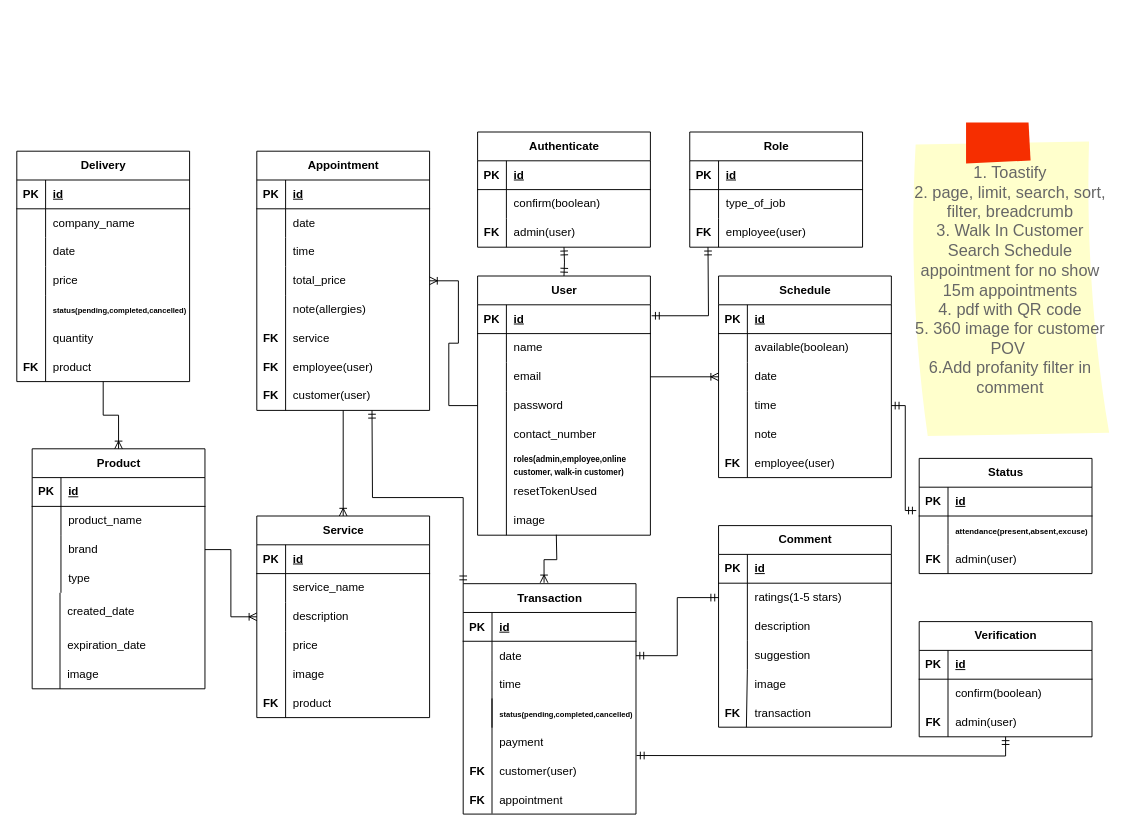
Earlier version of the draw.io diagram erd/Salon-Erd.drawio (GabTheGreat25/Salon-Api). Source tidied: cells renumbered, new cells numbered last; positions are measured from the earlier drawing's top-left corner, leaving out a move shared by most shapes. Both pictures are drawn from the tidied source at 96%, with x=0, y=0 at pixel (16, 122).
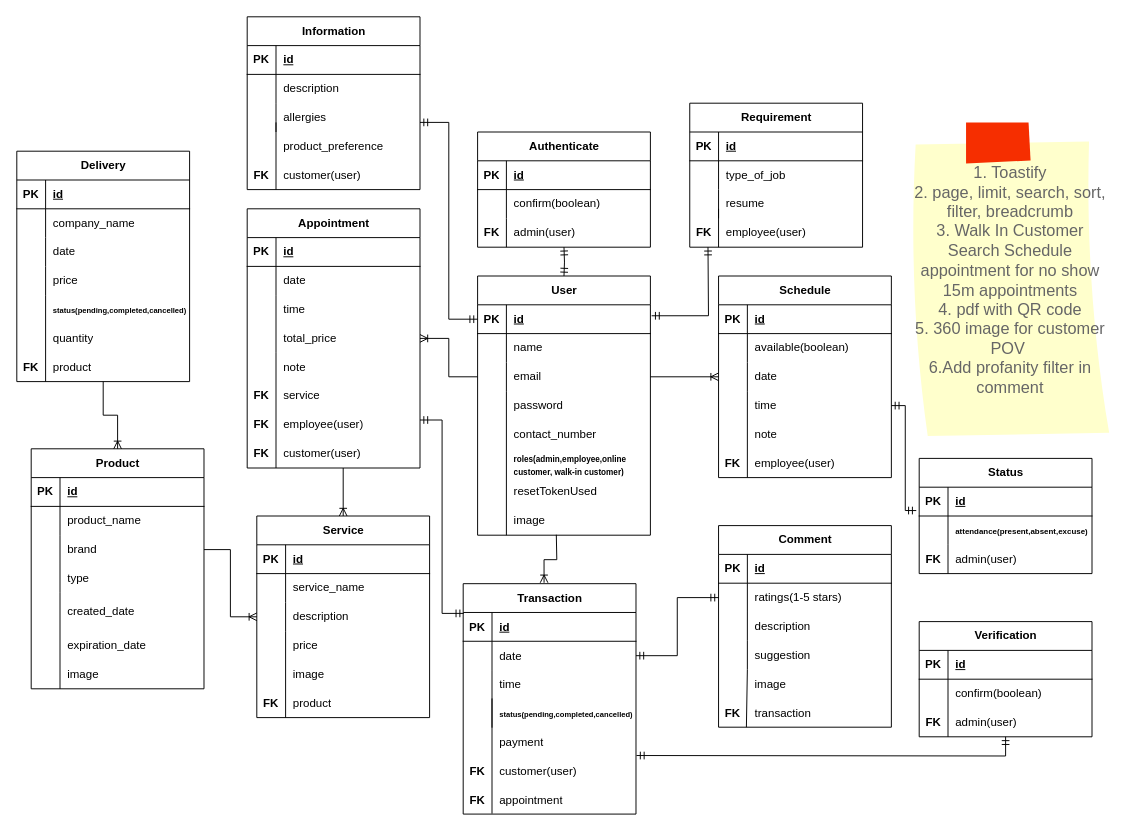
The same diagram, later.

Unchanged cells that the change refers to:
```xml
<mxCell id="3" style="shape=tableRow;horizontal=0;startSize=0;swimlaneHead=0;swimlaneBody=0;fillColor=none;points=[[0,0.5],[1,0.5]];portConstraint=eastwest;top=0;left=0;right=0;bottom=1;" parent="2" vertex="1">
  <mxGeometry y="30" width="180" height="30" as="geometry" />
</mxCell>
<mxCell id="9" style="shape=tableRow;horizontal=0;startSize=0;swimlaneHead=0;swimlaneBody=0;fillColor=none;points=[[0,0.5],[1,0.5]];portConstraint=eastwest;top=0;left=0;right=0;bottom=0;" parent="2" vertex="1">
  <mxGeometry y="90" width="180" height="30" as="geometry" />
</mxCell>
<mxCell id="12" style="shape=tableRow;horizontal=0;startSize=0;swimlaneHead=0;swimlaneBody=0;fillColor=none;points=[[0,0.5],[1,0.5]];portConstraint=eastwest;top=0;left=0;right=0;bottom=0;" parent="2" vertex="1">
  <mxGeometry y="120" width="180" height="30" as="geometry" />
</mxCell>
<mxCell id="28" style="shape=tableRow;horizontal=0;startSize=0;swimlaneHead=0;swimlaneBody=0;fillColor=none;points=[[0,0.5],[1,0.5]];portConstraint=eastwest;top=0;left=0;right=0;bottom=0;" parent="18" vertex="1">
  <mxGeometry y="120" width="180" height="30" as="geometry" />
</mxCell>
<mxCell id="70" value="Service" style="shape=table;startSize=30;childLayout=tableLayout;rowLines=0;fontStyle=1;align=center;html=1;" parent="1" vertex="1">
  <mxGeometry x="250" y="410" width="180" height="210" as="geometry" />
</mxCell>
<mxCell id="85" value="Transaction" style="shape=table;startSize=30;childLayout=tableLayout;rowLines=0;fontStyle=1;align=center;html=1;" parent="1" vertex="1">
  <mxGeometry x="465" y="480.5" width="180" height="240" as="geometry" />
</mxCell>
```

What changed in the source:
```diff
@@
     <mxCell id="18" value="Appointment" style="shape=table;startSize=30;childLayout=tableLayout;rowLines=0;fontStyle=1;align=center;html=1;" parent="1" vertex="1">
-      <mxGeometry x="250" y="30" width="180" height="270" as="geometry" />
+      <mxGeometry x="240" y="90" width="180" height="270" as="geometry" />
     </mxCell>
@@
     <mxCell id="31" style="endArrow=none;html=1;rounded=0;" parent="1" edge="1">
       <mxGeometry relative="1" as="geometry">
-        <mxPoint x="280" y="180" as="sourcePoint" />
-        <mxPoint x="280" y="300" as="targetPoint" />
+        <mxPoint x="270" y="240" as="sourcePoint" />
+        <mxPoint x="270" y="360" as="targetPoint" />
       </mxGeometry>
     </mxCell>
     <mxCell id="32" value="service" style="shape=partialRectangle;fillColor=none;top=0;left=0;bottom=0;right=0;align=left;spacingLeft=6;overflow=hidden;whiteSpace=wrap;html=1;" parent="1" vertex="1">
-      <mxGeometry x="280" y="210" width="150" height="30" as="geometry" />
+      <mxGeometry x="270" y="270" width="150" height="30" as="geometry" />
     </mxCell>
     <mxCell id="33" value="FK" style="shape=partialRectangle;fillColor=none;top=0;left=0;bottom=0;right=0;fontStyle=1;overflow=hidden;whiteSpace=wrap;html=1;" parent="1" vertex="1">
-      <mxGeometry x="250" y="210" width="30" height="30" as="geometry" />
+      <mxGeometry x="240" y="270" width="30" height="30" as="geometry" />
     </mxCell>
     <mxCell id="34" value="FK" style="shape=partialRectangle;fillColor=none;top=0;left=0;bottom=0;right=0;fontStyle=1;overflow=hidden;whiteSpace=wrap;html=1;" parent="1" vertex="1">
-      <mxGeometry x="250" y="240" width="30" height="30" as="geometry" />
+      <mxGeometry x="240" y="300" width="30" height="30" as="geometry" />
     </mxCell>
     <mxCell id="35" value="employee(user)" style="shape=partialRectangle;fillColor=none;top=0;left=0;bottom=0;right=0;align=left;spacingLeft=6;overflow=hidden;whiteSpace=wrap;html=1;" parent="1" vertex="1">
-      <mxGeometry x="280" y="240" width="150" height="30" as="geometry" />
+      <mxGeometry x="270" y="300" width="150" height="30" as="geometry" />
     </mxCell>
@@
-    <mxCell id="52" value="note(allergies)&amp;nbsp;" style="shape=partialRectangle;fillColor=none;top=0;left=0;bottom=0;right=0;align=left;spacingLeft=6;overflow=hidden;whiteSpace=wrap;html=1;" parent="1" vertex="1">
-      <mxGeometry x="280" y="180" width="150" height="30" as="geometry" />
+    <mxCell id="52" value="note" style="shape=partialRectangle;fillColor=none;top=0;left=0;bottom=0;right=0;align=left;spacingLeft=6;overflow=hidden;whiteSpace=wrap;html=1;" parent="1" vertex="1">
+      <mxGeometry x="270" y="240" width="150" height="30" as="geometry" />
     </mxCell>
@@
-    <mxCell id="104" style="edgeStyle=entityRelationEdgeStyle;fontSize=12;html=1;endArrow=ERoneToMany;rounded=0;entryX=1;entryY=0.5;entryDx=0;entryDy=0;exitX=0;exitY=0.5;exitDx=0;exitDy=0;" parent="1" edge="1" source="12" target="28">
+    <mxCell id="104" style="edgeStyle=entityRelationEdgeStyle;fontSize=12;html=1;endArrow=ERoneToMany;rounded=0;entryX=1;entryY=0.5;entryDx=0;entryDy=0;" parent="1" edge="1" source="9" target="28">
       <mxGeometry relative="1" as="geometry" />
     </mxCell>
     <mxCell id="105" style="fontSize=12;html=1;endArrow=ERoneToMany;rounded=0;entryX=0.5;entryY=0;entryDx=0;entryDy=0;" parent="1" edge="1" target="70">
       <mxGeometry relative="1" as="geometry">
-        <mxPoint x="340" y="300" as="sourcePoint" />
+        <mxPoint x="340" y="360" as="sourcePoint" />
       </mxGeometry>
     </mxCell>
-    <mxCell id="106" style="fontSize=12;html=1;endArrow=ERmandOne;startArrow=ERmandOne;rounded=0;exitX=0;exitY=0;exitDx=0;exitDy=0;edgeStyle=orthogonalEdgeStyle;" parent="1" edge="1" source="85">
+    <mxCell id="106" style="fontSize=12;html=1;endArrow=ERmandOne;startArrow=ERmandOne;rounded=0;exitX=0.003;exitY=0.129;exitDx=0;exitDy=0;edgeStyle=elbowEdgeStyle;exitPerimeter=0;" parent="1" edge="1" source="85">
       <mxGeometry relative="1" as="geometry">
-        <mxPoint x="370" y="300" as="targetPoint" />
+        <mxPoint x="420" y="310" as="targetPoint" />
       </mxGeometry>
     </mxCell>
@@
     <mxCell id="109" value="Product" style="shape=table;startSize=30;childLayout=tableLayout;rowLines=0;fontStyle=1;align=center;html=1;" parent="1" vertex="1">
-      <mxGeometry x="16" y="340" width="180" height="250" as="geometry" />
+      <mxGeometry x="15" y="340" width="180" height="250" as="geometry" />
     </mxCell>
@@
     <mxCell id="146" value="FK" style="shape=partialRectangle;fillColor=none;top=0;left=0;bottom=0;right=0;fontStyle=1;overflow=hidden;whiteSpace=wrap;html=1;" parent="1" vertex="1">
-      <mxGeometry x="250" y="270" width="30" height="30" as="geometry" />
+      <mxGeometry x="240" y="330" width="30" height="30" as="geometry" />
     </mxCell>
     <mxCell id="147" value="customer(user)" style="shape=partialRectangle;fillColor=none;top=0;left=0;bottom=0;right=0;align=left;spacingLeft=6;overflow=hidden;whiteSpace=wrap;html=1;" parent="1" vertex="1">
-      <mxGeometry x="280" y="270" width="150" height="30" as="geometry" />
+      <mxGeometry x="270" y="330" width="150" height="30" as="geometry" />
     </mxCell>
@@
-    <mxCell id="190" value="Role" style="shape=table;startSize=30;childLayout=tableLayout;rowLines=0;fontStyle=1;align=center;html=1;" parent="1" vertex="1">
-      <mxGeometry x="701" y="10" width="180" height="120" as="geometry" />
+    <mxCell id="190" value="Requirement" style="shape=table;startSize=30;childLayout=tableLayout;rowLines=0;fontStyle=1;align=center;html=1;" parent="1" vertex="1">
+      <mxGeometry x="701" y="-20" width="180" height="150" as="geometry" />
     </mxCell>
@@
+    <mxCell id="207" value="image" style="shape=partialRectangle;fillColor=none;top=0;left=0;bottom=0;right=0;align=left;spacingLeft=6;overflow=hidden;whiteSpace=wrap;html=1;" parent="1" vertex="1">
+      <mxGeometry x="761" y="570.5" width="150" height="30" as="geometry" />
+    </mxCell>
+    <mxCell id="208" style="endArrow=none;html=1;rounded=0;" parent="1" edge="1">
+      <mxGeometry relative="1" as="geometry">
+        <mxPoint x="731" y="90" as="sourcePoint" />
+        <mxPoint x="731" y="130" as="targetPoint" />
+      </mxGeometry>
+    </mxCell>
+    <mxCell id="209" value="&lt;span style=&quot;border-color: var(--border-color);&quot;&gt;resume&lt;/span&gt;" style="shape=partialRectangle;fillColor=none;top=0;left=0;bottom=0;right=0;align=left;spacingLeft=6;overflow=hidden;whiteSpace=wrap;html=1;" parent="1" vertex="1">
+      <mxGeometry x="731" y="70" width="150" height="30" as="geometry" />
+    </mxCell>
@@
-    <mxCell id="207" value="image" style="shape=partialRectangle;fillColor=none;top=0;left=0;bottom=0;right=0;align=left;spacingLeft=6;overflow=hidden;whiteSpace=wrap;html=1;" parent="1" vertex="1">
-      <mxGeometry x="761" y="570.5" width="150" height="30" as="geometry" />
-    </mxCell>
+    <mxCell id="210" value="Information" style="shape=table;startSize=30;childLayout=tableLayout;rowLines=0;fontStyle=1;align=center;html=1;" parent="1" vertex="1">
+      <mxGeometry x="240" y="-110" width="180" height="180" as="geometry" />
+    </mxCell>
+    <mxCell id="211" style="shape=tableRow;horizontal=0;startSize=0;swimlaneHead=0;swimlaneBody=0;fillColor=none;top=0;left=0;right=0;bottom=1;" parent="210" vertex="1">
+      <mxGeometry y="30" width="180" height="30" as="geometry" />
+    </mxCell>
+    <mxCell id="212" value="PK" style="shape=partialRectangle;fillColor=none;top=0;left=0;bottom=0;right=0;fontStyle=1;overflow=hidden;whiteSpace=wrap;html=1;" parent="211" vertex="1">
+      <mxGeometry width="30" height="30" as="geometry" />
+    </mxCell>
+    <mxCell id="213" value="id" style="shape=partialRectangle;fillColor=none;top=0;left=0;bottom=0;right=0;align=left;spacingLeft=6;fontStyle=5;overflow=hidden;whiteSpace=wrap;html=1;" parent="211" vertex="1">
+      <mxGeometry x="30" width="150" height="30" as="geometry" />
+    </mxCell>
+    <mxCell id="214" style="shape=tableRow;horizontal=0;startSize=0;swimlaneHead=0;swimlaneBody=0;fillColor=none;top=0;left=0;right=0;bottom=0;" parent="210" vertex="1">
+      <mxGeometry y="60" width="180" height="30" as="geometry" />
+    </mxCell>
+    <mxCell id="215" style="shape=partialRectangle;fillColor=none;top=0;left=0;bottom=0;right=0;overflow=hidden;whiteSpace=wrap;html=1;" parent="214" vertex="1">
+      <mxGeometry width="30" height="30" as="geometry" />
+    </mxCell>
+    <mxCell id="216" value="description" style="shape=partialRectangle;fillColor=none;top=0;left=0;bottom=0;right=0;align=left;spacingLeft=6;overflow=hidden;whiteSpace=wrap;html=1;" parent="214" vertex="1">
+      <mxGeometry x="30" width="150" height="30" as="geometry" />
+    </mxCell>
+    <mxCell id="217" style="shape=tableRow;horizontal=0;startSize=0;swimlaneHead=0;swimlaneBody=0;fillColor=none;top=0;left=0;right=0;bottom=0;" parent="210" vertex="1">
+      <mxGeometry y="90" width="180" height="30" as="geometry" />
+    </mxCell>
+    <mxCell id="218" style="shape=partialRectangle;fillColor=none;top=0;left=0;bottom=0;right=0;overflow=hidden;whiteSpace=wrap;html=1;" parent="217" vertex="1">
+      <mxGeometry width="30" height="30" as="geometry" />
+    </mxCell>
+    <mxCell id="219" style="shape=partialRectangle;fillColor=none;top=0;left=0;bottom=0;right=0;align=left;spacingLeft=6;overflow=hidden;whiteSpace=wrap;html=1;" parent="217" vertex="1">
+      <mxGeometry x="30" width="150" height="30" as="geometry" />
+    </mxCell>
+    <mxCell id="220" value="&lt;span style=&quot;border-color: var(--border-color);&quot;&gt;customer(user)&amp;nbsp;&lt;/span&gt;" style="shape=partialRectangle;fillColor=none;top=0;left=0;bottom=0;right=0;align=left;spacingLeft=6;overflow=hidden;whiteSpace=wrap;html=1;" parent="1" vertex="1">
+      <mxGeometry x="270" y="40" width="150" height="30" as="geometry" />
+    </mxCell>
+    <mxCell id="221" value="FK" style="shape=partialRectangle;fillColor=none;top=0;left=0;bottom=0;right=0;fontStyle=1;overflow=hidden;whiteSpace=wrap;html=1;" parent="1" vertex="1">
+      <mxGeometry x="240" y="40" width="30" height="30" as="geometry" />
+    </mxCell>
+    <mxCell id="222" style="endArrow=none;html=1;rounded=0;" parent="1" edge="1">
+      <mxGeometry relative="1" as="geometry">
+        <mxPoint x="270" as="sourcePoint" />
+        <mxPoint x="270" y="70" as="targetPoint" />
+      </mxGeometry>
+    </mxCell>
+    <mxCell id="223" value="&lt;span style=&quot;border-color: var(--border-color);&quot;&gt;allergies&lt;/span&gt;" style="shape=partialRectangle;fillColor=none;top=0;left=0;bottom=0;right=0;align=left;spacingLeft=6;overflow=hidden;whiteSpace=wrap;html=1;" parent="1" vertex="1">
+      <mxGeometry x="270" y="-20" width="150" height="30" as="geometry" />
+    </mxCell>
+    <mxCell id="224" value="&lt;span style=&quot;border-color: var(--border-color);&quot;&gt;product_preference&lt;/span&gt;" style="shape=partialRectangle;fillColor=none;top=0;left=0;bottom=0;right=0;align=left;spacingLeft=6;overflow=hidden;whiteSpace=wrap;html=1;" parent="1" vertex="1">
+      <mxGeometry x="270" y="10" width="150" height="30" as="geometry" />
+    </mxCell>
+    <mxCell id="225" style="fontSize=12;html=1;endArrow=ERmandOne;startArrow=ERmandOne;rounded=0;edgeStyle=elbowEdgeStyle;exitX=0;exitY=0.5;exitDx=0;exitDy=0;" parent="1" edge="1" source="3">
+      <mxGeometry relative="1" as="geometry">
+        <mxPoint x="420" as="targetPoint" />
+      </mxGeometry>
+    </mxCell>
```
